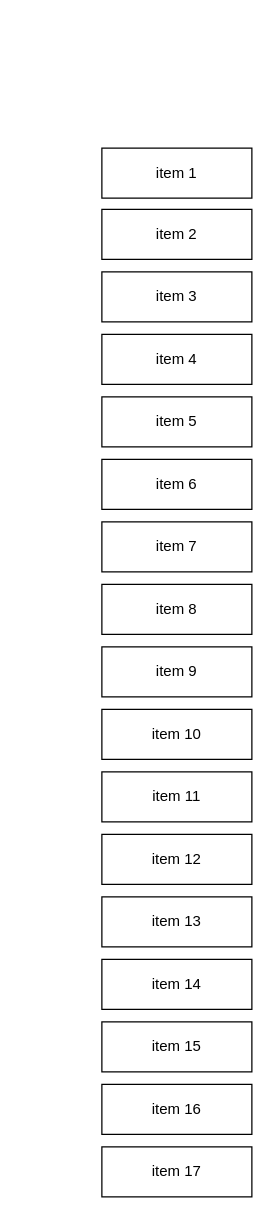
Earlier version of the draw.io diagram постраничный вывод вещей.drawio (KmvRoman/Diagrams). Source tidied: cells renumbered, new cells numbered last; positions are measured from the earlier drawing's top-left corner, leaving out a move shared by most shapes. Both pictures are drawn from the tidied source at 125%, with x=0, y=0 at pixel (101, 148).
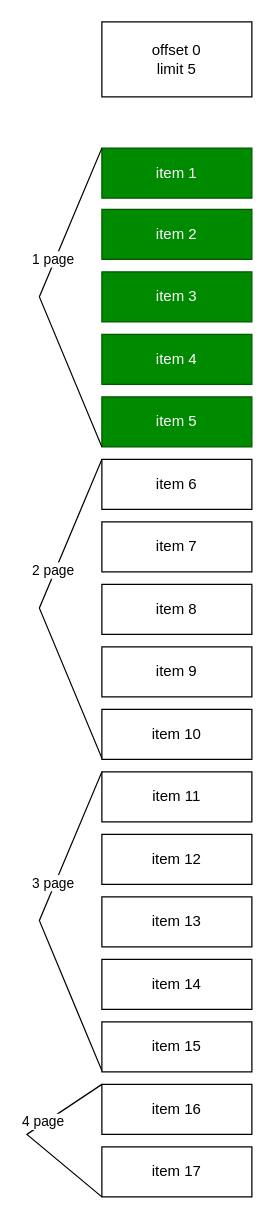
The same diagram, later.

Unchanged cells that the change refers to:
```xml
<mxCell id="17" value="item 16" style="rounded=0;whiteSpace=wrap;html=1;" parent="1" vertex="1">
  <mxGeometry y="749" width="120" height="40" as="geometry" />
</mxCell>
<mxCell id="18" value="item 17" style="rounded=0;whiteSpace=wrap;html=1;" parent="1" vertex="1">
  <mxGeometry y="799" width="120" height="40" as="geometry" />
</mxCell>
```

Diff of the diagram source:
```diff
@@
-    <mxCell id="2" value="item 1" style="rounded=0;whiteSpace=wrap;html=1;" parent="1" vertex="1">
+    <mxCell id="2" value="item 1" style="rounded=0;whiteSpace=wrap;html=1;fillColor=#008a00;fontColor=#ffffff;strokeColor=#005700;" parent="1" vertex="1">
       <mxGeometry width="120" height="40" as="geometry" />
     </mxCell>
-    <mxCell id="3" value="item 2" style="rounded=0;whiteSpace=wrap;html=1;" parent="1" vertex="1">
+    <mxCell id="3" value="item 2" style="rounded=0;whiteSpace=wrap;html=1;fillColor=#008a00;fontColor=#ffffff;strokeColor=#005700;" parent="1" vertex="1">
       <mxGeometry y="49" width="120" height="40" as="geometry" />
     </mxCell>
-    <mxCell id="4" value="item 5" style="rounded=0;whiteSpace=wrap;html=1;" parent="1" vertex="1">
+    <mxCell id="4" value="item 5" style="rounded=0;whiteSpace=wrap;html=1;fillColor=#008a00;fontColor=#ffffff;strokeColor=#005700;" parent="1" vertex="1">
       <mxGeometry y="199" width="120" height="40" as="geometry" />
     </mxCell>
-    <mxCell id="5" value="item 3" style="rounded=0;whiteSpace=wrap;html=1;" parent="1" vertex="1">
+    <mxCell id="5" value="item 3" style="rounded=0;whiteSpace=wrap;html=1;fillColor=#008a00;fontColor=#ffffff;strokeColor=#005700;" parent="1" vertex="1">
       <mxGeometry y="99" width="120" height="40" as="geometry" />
     </mxCell>
-    <mxCell id="6" value="item 4" style="rounded=0;whiteSpace=wrap;html=1;" parent="1" vertex="1">
+    <mxCell id="6" value="item 4" style="rounded=0;whiteSpace=wrap;html=1;fillColor=#008a00;fontColor=#ffffff;strokeColor=#005700;" parent="1" vertex="1">
       <mxGeometry y="149" width="120" height="40" as="geometry" />
     </mxCell>
@@
+    <mxCell id="19" style="endArrow=none;html=1;rounded=0;exitX=0;exitY=1;exitDx=0;exitDy=0;entryX=0;entryY=0;entryDx=0;entryDy=0;" parent="1" edge="1" source="4" target="2">
+      <mxGeometry relative="1" as="geometry">
+        <Array as="points">
+          <mxPoint x="-50" y="119" />
+        </Array>
+      </mxGeometry>
+    </mxCell>
+    <mxCell id="20" value="1 page" style="edgeLabel;html=1;align=center;verticalAlign=middle;" parent="19" vertex="1">
+      <mxGeometry x="0.25" y="2" relative="1" as="geometry" />
+    </mxCell>
+    <mxCell id="21" style="endArrow=none;html=1;rounded=0;exitX=0;exitY=1;exitDx=0;exitDy=0;entryX=0;entryY=0;entryDx=0;entryDy=0;" parent="1" edge="1">
+      <mxGeometry relative="1" as="geometry">
+        <mxPoint y="488" as="sourcePoint" />
+        <mxPoint y="249" as="targetPoint" />
+        <Array as="points">
+          <mxPoint x="-50" y="368" />
+        </Array>
+      </mxGeometry>
+    </mxCell>
+    <mxCell id="22" value="2 page" style="edgeLabel;html=1;align=center;verticalAlign=middle;" parent="21" vertex="1">
+      <mxGeometry x="0.25" y="2" relative="1" as="geometry" />
+    </mxCell>
+    <mxCell id="23" style="endArrow=none;html=1;rounded=0;exitX=0;exitY=1;exitDx=0;exitDy=0;entryX=0;entryY=0;entryDx=0;entryDy=0;" parent="1" edge="1">
+      <mxGeometry relative="1" as="geometry">
+        <mxPoint y="738" as="sourcePoint" />
+        <mxPoint y="499" as="targetPoint" />
+        <Array as="points">
+          <mxPoint x="-50" y="618" />
+        </Array>
+      </mxGeometry>
+    </mxCell>
+    <mxCell id="24" value="3 page" style="edgeLabel;html=1;align=center;verticalAlign=middle;" parent="23" vertex="1">
+      <mxGeometry x="0.25" y="2" relative="1" as="geometry" />
+    </mxCell>
+    <mxCell id="25" style="endArrow=none;html=1;rounded=0;exitX=0;exitY=1;exitDx=0;exitDy=0;entryX=0;entryY=0;entryDx=0;entryDy=0;" parent="1" edge="1" source="18" target="17">
+      <mxGeometry relative="1" as="geometry">
+        <Array as="points">
+          <mxPoint x="-60" y="789" />
+        </Array>
+      </mxGeometry>
+    </mxCell>
+    <mxCell id="26" value="4 page" style="edgeLabel;html=1;align=center;verticalAlign=middle;" parent="25" vertex="1">
+      <mxGeometry x="0.25" y="2" relative="1" as="geometry" />
+    </mxCell>
+    <mxCell id="27" value="offset 0&lt;br&gt;limit 5" style="rounded=0;whiteSpace=wrap;html=1;" parent="1" vertex="1">
+      <mxGeometry y="-101" width="120" height="60" as="geometry" />
+    </mxCell>
```
